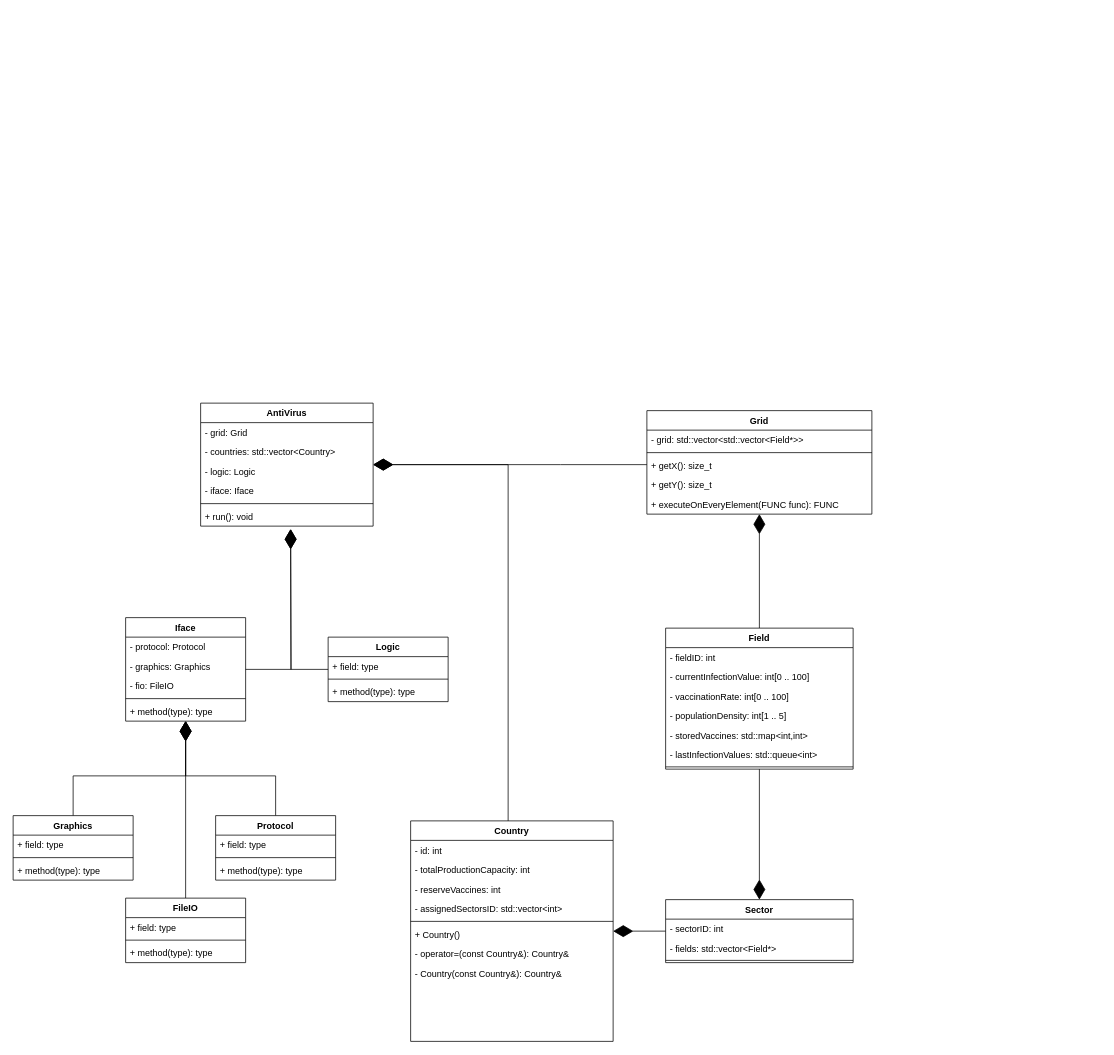
The draw.io diagram doc/virus.drawio in Defragged-Zebra/Ericsson2020, before the edit. Source tidied: cells renumbered, new cells numbered last; positions are measured from the earlier drawing's top-left corner, leaving out a move shared by most shapes. Both pictures are drawn from the tidied source at 75%, with x=0, y=0 at pixel (13, 403).
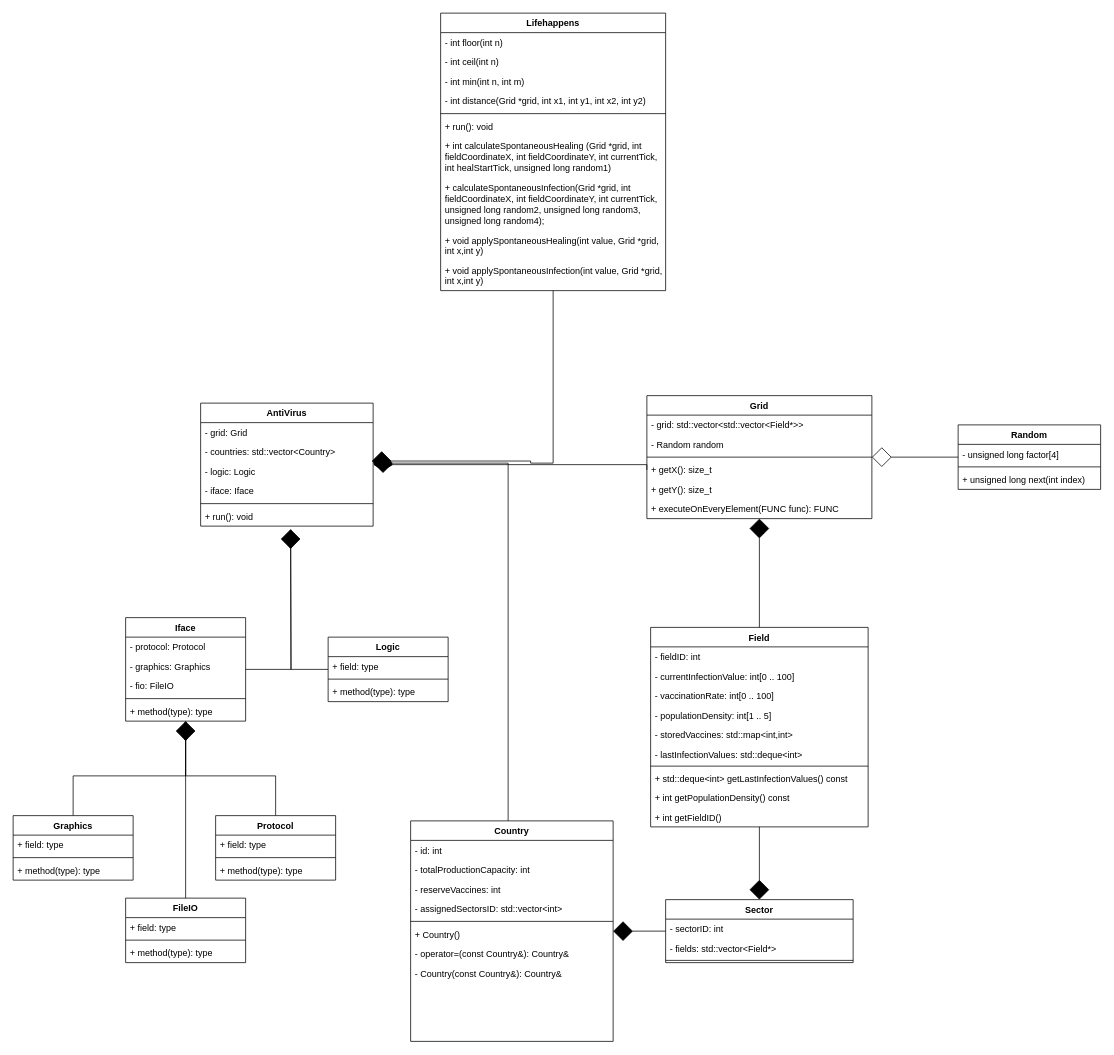
After the change.

Unchanged cells that the change refers to:
```xml
<mxCell id="3" value="Iface" style="swimlane;fontStyle=1;align=center;verticalAlign=top;horizontal=1;startSize=26;" parent="1" vertex="1">
  <mxGeometry x="150" y="286" width="160" height="138" as="geometry" />
</mxCell>
<mxCell id="21" value="FileIO" style="swimlane;fontStyle=1;align=center;verticalAlign=top;horizontal=1;startSize=26;" parent="1" vertex="1">
  <mxGeometry x="150" y="660" width="160" height="86" as="geometry" />
</mxCell>
<mxCell id="30" value="AntiVirus" style="swimlane;fontStyle=1;align=center;verticalAlign=top;horizontal=1;startSize=26;" parent="1" vertex="1">
  <mxGeometry x="250" width="230" height="164" as="geometry" />
</mxCell>
<mxCell id="33" value="- logic: Logic" style="text;align=left;verticalAlign=top;spacingLeft=4;spacingRight=4;overflow=hidden;points=[[0,0.5],[1,0.5]];portConstraint=eastwest;rounded=0;shadow=0;html=0;" parent="30" vertex="1">
  <mxGeometry y="78" width="230" height="26" as="geometry" />
</mxCell>
<mxCell id="37" value="Sector" style="swimlane;fontStyle=1;align=center;verticalAlign=top;horizontal=1;startSize=26;" parent="1" vertex="1">
  <mxGeometry x="870" y="662" width="250" height="84" as="geometry" />
</mxCell>
<mxCell id="55" value="Country" style="swimlane;fontStyle=1;align=center;verticalAlign=top;horizontal=1;startSize=26;rounded=0;shadow=0;strokeWidth=1;" parent="1" vertex="1">
  <mxGeometry x="530" y="557" width="270" height="294" as="geometry" />
</mxCell>
<mxCell id="64" value="Logic" style="swimlane;fontStyle=1;align=center;verticalAlign=top;horizontal=1;startSize=26;" parent="1" vertex="1">
  <mxGeometry x="420" y="312" width="160" height="86" as="geometry" />
</mxCell>
```

What changed in the source:
```diff
@@
-    <mxCell id="9" style="edgeStyle=orthogonalEdgeStyle;rounded=0;jettySize=auto;html=1;endArrow=diamondThin;endFill=1;endSize=24;" parent="1" edge="1" source="64">
+    <mxCell id="9" style="edgeStyle=orthogonalEdgeStyle;rounded=0;jettySize=auto;html=1;endArrow=diamond;endFill=1;endSize=24;" parent="1" edge="1" source="64">
       <mxGeometry relative="1" as="geometry">
         <mxPoint x="370" y="168" as="targetPoint" />
       </mxGeometry>
     </mxCell>
@@
-    <mxCell id="20" style="edgeStyle=orthogonalEdgeStyle;rounded=0;jettySize=auto;html=1;endArrow=diamondThin;endFill=1;endSize=24;" parent="1" edge="1" source="21" target="3">
+    <mxCell id="20" style="edgeStyle=orthogonalEdgeStyle;rounded=0;jettySize=auto;html=1;endArrow=diamond;endFill=1;endSize=24;" parent="1" edge="1" source="21" target="3">
       <mxGeometry relative="1" as="geometry" />
     </mxCell>
+    <mxCell id="68" style="edgeStyle=orthogonalEdgeStyle;rounded=0;jettySize=auto;html=1;endArrow=diamond;endFill=0;endSize=24;" parent="1" edge="1" source="74" target="49">
+      <mxGeometry relative="1" as="geometry" />
+    </mxCell>
@@
-    <mxCell id="25" style="edgeStyle=orthogonalEdgeStyle;rounded=0;jettySize=auto;html=1;endArrow=diamondThin;endFill=1;endSize=24;" parent="1" edge="1" source="41" target="49">
+    <mxCell id="25" style="edgeStyle=orthogonalEdgeStyle;rounded=0;jettySize=auto;html=1;endArrow=diamond;endFill=1;endSize=24;" parent="1" edge="1" source="41" target="49">
       <mxGeometry relative="1" as="geometry" />
     </mxCell>
-    <mxCell id="26" style="edgeStyle=orthogonalEdgeStyle;rounded=0;jettySize=auto;html=1;endArrow=diamondThin;endFill=1;endSize=24;" parent="1" edge="1" source="52" target="30">
+    <mxCell id="26" style="edgeStyle=orthogonalEdgeStyle;rounded=0;jettySize=auto;html=1;endArrow=diamondThin;endFill=1;endSize=24;exitX=0;exitY=0.5;exitDx=0;exitDy=0;" parent="1" edge="1" source="52" target="30">
       <mxGeometry relative="1" as="geometry">
         <Array as="points">
-          <mxPoint x="730" y="82" />
-          <mxPoint x="730" y="82" />
+          <mxPoint x="845" y="82" />
         </Array>
       </mxGeometry>
     </mxCell>
-    <mxCell id="27" style="edgeStyle=orthogonalEdgeStyle;rounded=0;jettySize=auto;html=1;endArrow=diamondThin;endFill=1;endSize=24;" parent="1" edge="1" source="55" target="30">
+    <mxCell id="27" style="edgeStyle=orthogonalEdgeStyle;rounded=0;jettySize=auto;html=1;endArrow=diamond;endFill=1;endSize=24;" parent="1" edge="1" source="55" target="30">
       <mxGeometry relative="1" as="geometry">
         <Array as="points">
-          <mxPoint x="660" y="82" />
+          <mxPoint x="660" y="80" />
         </Array>
       </mxGeometry>
     </mxCell>
-    <mxCell id="28" style="edgeStyle=orthogonalEdgeStyle;rounded=0;jettySize=auto;html=1;endArrow=diamondThin;endFill=1;endSize=24;" parent="1" edge="1" source="37" target="55">
+    <mxCell id="28" style="edgeStyle=orthogonalEdgeStyle;rounded=0;jettySize=auto;html=1;endArrow=diamond;endFill=1;endSize=24;" parent="1" edge="1" source="37" target="55">
       <mxGeometry relative="1" as="geometry" />
     </mxCell>
-    <mxCell id="29" style="edgeStyle=orthogonalEdgeStyle;rounded=0;jettySize=auto;html=1;endArrow=diamondThin;endFill=1;endSize=24;" parent="1" edge="1" source="41" target="37">
+    <mxCell id="29" style="edgeStyle=orthogonalEdgeStyle;rounded=0;jettySize=auto;html=1;endArrow=diamond;endFill=1;endSize=24;" parent="1" edge="1" source="41" target="37">
       <mxGeometry relative="1" as="geometry" />
     </mxCell>
@@
-    <mxCell id="41" value="Field" style="swimlane;fontStyle=1;align=center;verticalAlign=top;horizontal=1;startSize=26;" parent="1" vertex="1">
-      <mxGeometry x="870" y="300" width="250" height="188" as="geometry" />
-    </mxCell>
-    <mxCell id="42" value="- fieldID: int" style="text;strokeColor=none;fillColor=none;align=left;verticalAlign=top;spacingLeft=4;spacingRight=4;overflow=hidden;" parent="41" vertex="1">
-      <mxGeometry y="26" width="250" height="26" as="geometry" />
-    </mxCell>
-    <mxCell id="43" value="- currentInfectionValue: int[0 .. 100]" style="text;align=left;verticalAlign=top;spacingLeft=4;spacingRight=4;overflow=hidden;rounded=0;shadow=0;html=0;" parent="41" vertex="1">
-      <mxGeometry y="52" width="250" height="26" as="geometry" />
-    </mxCell>
-    <mxCell id="44" value="- vaccinationRate: int[0 .. 100]" style="text;align=left;verticalAlign=top;spacingLeft=4;spacingRight=4;overflow=hidden;rounded=0;shadow=0;html=0;" parent="41" vertex="1">
-      <mxGeometry y="78" width="250" height="26" as="geometry" />
-    </mxCell>
-    <mxCell id="45" value="- populationDensity: int[1 .. 5]" style="text;align=left;verticalAlign=top;spacingLeft=4;spacingRight=4;overflow=hidden;rounded=0;shadow=0;html=0;" parent="41" vertex="1">
-      <mxGeometry y="104" width="250" height="26" as="geometry" />
-    </mxCell>
-    <mxCell id="46" value="- storedVaccines: std::map&lt;int,int&gt;" style="text;align=left;verticalAlign=top;spacingLeft=4;spacingRight=4;overflow=hidden;rounded=0;shadow=0;html=0;" parent="41" vertex="1">
-      <mxGeometry y="130" width="250" height="26" as="geometry" />
-    </mxCell>
-    <mxCell id="47" value="- lastInfectionValues: std::queue&lt;int&gt;" style="text;align=left;verticalAlign=top;spacingLeft=4;spacingRight=4;overflow=hidden;rounded=0;shadow=0;html=0;" parent="41" vertex="1">
-      <mxGeometry y="156" width="250" height="26" as="geometry" />
-    </mxCell>
-    <mxCell id="48" value="&#10;" style="line;strokeWidth=1;fillColor=none;align=left;verticalAlign=middle;spacingTop=-1;spacingLeft=3;spacingRight=3;labelPosition=right;" parent="41" vertex="1">
-      <mxGeometry y="182" width="250" height="6" as="geometry" />
-    </mxCell>
-    <mxCell id="49" value="Grid" style="swimlane;fontStyle=1;align=center;verticalAlign=top;horizontal=1;startSize=26;" parent="1" vertex="1">
-      <mxGeometry x="845" y="10" width="300" height="138" as="geometry" />
-    </mxCell>
-    <mxCell id="50" value="- grid: std::vector&lt;std::vector&lt;Field*&gt;&gt;" style="text;align=left;verticalAlign=top;spacingLeft=4;spacingRight=4;overflow=hidden;rounded=0;shadow=0;html=0;" parent="49" vertex="1">
-      <mxGeometry y="26" width="300" height="26" as="geometry" />
-    </mxCell>
-    <mxCell id="51" style="line;strokeWidth=1;fillColor=none;align=left;verticalAlign=middle;spacingTop=-1;spacingLeft=3;spacingRight=3;labelPosition=right;" parent="49" vertex="1">
-      <mxGeometry y="52" width="300" height="8" as="geometry" />
-    </mxCell>
-    <mxCell id="52" value="+ getX(): size_t" style="text;strokeColor=none;fillColor=none;align=left;verticalAlign=top;spacingLeft=4;spacingRight=4;overflow=hidden;points=[[0,0.5],[1,0.5]];portConstraint=eastwest;" parent="49" vertex="1">
-      <mxGeometry y="60" width="300" height="26" as="geometry" />
-    </mxCell>
-    <mxCell id="53" value="+ getY(): size_t" style="text;align=left;verticalAlign=top;spacingLeft=4;spacingRight=4;overflow=hidden;rounded=0;shadow=0;html=0;" parent="49" vertex="1">
-      <mxGeometry y="86" width="300" height="26" as="geometry" />
-    </mxCell>
-    <mxCell id="54" value="+ executeOnEveryElement(FUNC func): FUNC" style="text;align=left;verticalAlign=top;spacingLeft=4;spacingRight=4;overflow=hidden;rounded=0;shadow=0;html=0;" parent="49" vertex="1">
-      <mxGeometry y="112" width="300" height="26" as="geometry" />
-    </mxCell>
@@
+    <mxCell id="69" style="edgeStyle=orthogonalEdgeStyle;rounded=0;jettySize=auto;html=1;entryX=0.992;entryY=-0.031;entryDx=0;entryDy=0;endArrow=diamond;endFill=1;endSize=24;entryPerimeter=0;" parent="1" edge="1" source="78" target="33">
+      <mxGeometry relative="1" as="geometry">
+        <Array as="points">
+          <mxPoint x="720" y="80" />
+          <mxPoint x="690" y="80" />
+          <mxPoint x="690" y="77" />
+        </Array>
+      </mxGeometry>
+    </mxCell>
+    <mxCell id="41" value="Field" style="swimlane;fontStyle=1;align=center;verticalAlign=top;horizontal=1;startSize=26;" parent="1" vertex="1">
+      <mxGeometry x="850" y="299" width="290" height="266" as="geometry" />
+    </mxCell>
+    <mxCell id="42" value="- fieldID: int" style="text;strokeColor=none;fillColor=none;align=left;verticalAlign=top;spacingLeft=4;spacingRight=4;overflow=hidden;" parent="41" vertex="1">
+      <mxGeometry y="26" width="290" height="26" as="geometry" />
+    </mxCell>
+    <mxCell id="43" value="- currentInfectionValue: int[0 .. 100]" style="text;align=left;verticalAlign=top;spacingLeft=4;spacingRight=4;overflow=hidden;rounded=0;shadow=0;html=0;" parent="41" vertex="1">
+      <mxGeometry y="52" width="290" height="26" as="geometry" />
+    </mxCell>
+    <mxCell id="44" value="- vaccinationRate: int[0 .. 100]" style="text;align=left;verticalAlign=top;spacingLeft=4;spacingRight=4;overflow=hidden;rounded=0;shadow=0;html=0;" parent="41" vertex="1">
+      <mxGeometry y="78" width="290" height="26" as="geometry" />
+    </mxCell>
+    <mxCell id="45" value="- populationDensity: int[1 .. 5]" style="text;align=left;verticalAlign=top;spacingLeft=4;spacingRight=4;overflow=hidden;rounded=0;shadow=0;html=0;" parent="41" vertex="1">
+      <mxGeometry y="104" width="290" height="26" as="geometry" />
+    </mxCell>
+    <mxCell id="46" value="- storedVaccines: std::map&lt;int,int&gt;" style="text;align=left;verticalAlign=top;spacingLeft=4;spacingRight=4;overflow=hidden;rounded=0;shadow=0;html=0;" parent="41" vertex="1">
+      <mxGeometry y="130" width="290" height="26" as="geometry" />
+    </mxCell>
+    <mxCell id="47" value="- lastInfectionValues: std::deque&lt;int&gt;" style="text;align=left;verticalAlign=top;spacingLeft=4;spacingRight=4;overflow=hidden;rounded=0;shadow=0;html=0;" parent="41" vertex="1">
+      <mxGeometry y="156" width="290" height="26" as="geometry" />
+    </mxCell>
+    <mxCell id="48" value="&#10;" style="line;strokeWidth=1;fillColor=none;align=left;verticalAlign=middle;spacingTop=-1;spacingLeft=3;spacingRight=3;labelPosition=right;" parent="41" vertex="1">
+      <mxGeometry y="182" width="290" height="6" as="geometry" />
+    </mxCell>
+    <mxCell id="70" value="+ std::deque&lt;int&gt; getLastInfectionValues() const" style="text;align=left;verticalAlign=top;spacingLeft=4;spacingRight=4;overflow=hidden;rounded=0;shadow=0;html=0;" parent="41" vertex="1">
+      <mxGeometry y="188" width="290" height="26" as="geometry" />
+    </mxCell>
+    <mxCell id="71" value="+ int getPopulationDensity() const" style="text;align=left;verticalAlign=top;spacingLeft=4;spacingRight=4;overflow=hidden;rounded=0;shadow=0;html=0;" parent="41" vertex="1">
+      <mxGeometry y="214" width="290" height="26" as="geometry" />
+    </mxCell>
+    <mxCell id="72" value="+ int getFieldID()" style="text;align=left;verticalAlign=top;spacingLeft=4;spacingRight=4;overflow=hidden;rounded=0;shadow=0;html=0;" parent="41" vertex="1">
+      <mxGeometry y="240" width="290" height="26" as="geometry" />
+    </mxCell>
+    <mxCell id="49" value="Grid" style="swimlane;fontStyle=1;align=center;verticalAlign=top;horizontal=1;startSize=26;" parent="1" vertex="1">
+      <mxGeometry x="845" y="-10" width="300" height="164" as="geometry" />
+    </mxCell>
+    <mxCell id="50" value="- grid: std::vector&lt;std::vector&lt;Field*&gt;&gt;" style="text;align=left;verticalAlign=top;spacingLeft=4;spacingRight=4;overflow=hidden;rounded=0;shadow=0;html=0;" parent="49" vertex="1">
+      <mxGeometry y="26" width="300" height="26" as="geometry" />
+    </mxCell>
+    <mxCell id="73" value="- Random random" style="text;align=left;verticalAlign=top;spacingLeft=4;spacingRight=4;overflow=hidden;rounded=0;shadow=0;html=0;" parent="49" vertex="1">
+      <mxGeometry y="52" width="300" height="26" as="geometry" />
+    </mxCell>
+    <mxCell id="51" style="line;strokeWidth=1;fillColor=none;align=left;verticalAlign=middle;spacingTop=-1;spacingLeft=3;spacingRight=3;labelPosition=right;" parent="49" vertex="1">
+      <mxGeometry y="78" width="300" height="8" as="geometry" />
+    </mxCell>
+    <mxCell id="52" value="+ getX(): size_t" style="text;strokeColor=none;fillColor=none;align=left;verticalAlign=top;spacingLeft=4;spacingRight=4;overflow=hidden;points=[[0,0.5],[1,0.5]];portConstraint=eastwest;" parent="49" vertex="1">
+      <mxGeometry y="86" width="300" height="26" as="geometry" />
+    </mxCell>
+    <mxCell id="53" value="+ getY(): size_t" style="text;align=left;verticalAlign=top;spacingLeft=4;spacingRight=4;overflow=hidden;rounded=0;shadow=0;html=0;" parent="49" vertex="1">
+      <mxGeometry y="112" width="300" height="26" as="geometry" />
+    </mxCell>
+    <mxCell id="54" value="+ executeOnEveryElement(FUNC func): FUNC" style="text;align=left;verticalAlign=top;spacingLeft=4;spacingRight=4;overflow=hidden;rounded=0;shadow=0;html=0;" parent="49" vertex="1">
+      <mxGeometry y="138" width="300" height="26" as="geometry" />
+    </mxCell>
+    <mxCell id="74" value="Random" style="swimlane;fontStyle=1;align=center;verticalAlign=top;horizontal=1;startSize=26;" parent="1" vertex="1">
+      <mxGeometry x="1260" y="29" width="190" height="86" as="geometry" />
+    </mxCell>
+    <mxCell id="75" value="- unsigned long factor[4]" style="text;align=left;verticalAlign=top;spacingLeft=4;spacingRight=4;overflow=hidden;rounded=0;shadow=0;html=0;" parent="74" vertex="1">
+      <mxGeometry y="26" width="190" height="26" as="geometry" />
+    </mxCell>
+    <mxCell id="76" style="line;strokeWidth=1;fillColor=none;align=left;verticalAlign=middle;spacingTop=-1;spacingLeft=3;spacingRight=3;labelPosition=right;" parent="74" vertex="1">
+      <mxGeometry y="52" width="190" height="8" as="geometry" />
+    </mxCell>
+    <mxCell id="77" value="+ unsigned long next(int index)" style="text;align=left;verticalAlign=top;spacingLeft=4;spacingRight=4;overflow=hidden;rounded=0;shadow=0;html=0;" parent="74" vertex="1">
+      <mxGeometry y="60" width="190" height="26" as="geometry" />
+    </mxCell>
+    <mxCell id="78" value="Lifehappens" style="swimlane;fontStyle=1;align=center;verticalAlign=top;horizontal=1;startSize=26;" parent="1" vertex="1">
+      <mxGeometry x="570" y="-520" width="300" height="370" as="geometry" />
+    </mxCell>
+    <mxCell id="79" value="- int floor(int n)" style="text;strokeColor=none;fillColor=none;align=left;verticalAlign=top;spacingLeft=4;spacingRight=4;overflow=hidden;" parent="78" vertex="1">
+      <mxGeometry y="26" width="300" height="26" as="geometry" />
+    </mxCell>
+    <mxCell id="80" value="- int ceil(int n)" style="text;align=left;verticalAlign=top;spacingLeft=4;spacingRight=4;overflow=hidden;rounded=0;shadow=0;html=0;" parent="78" vertex="1">
+      <mxGeometry y="52" width="300" height="26" as="geometry" />
+    </mxCell>
+    <mxCell id="81" value="- int min(int n, int m)" style="text;align=left;verticalAlign=top;spacingLeft=4;spacingRight=4;overflow=hidden;rounded=0;shadow=0;html=0;" parent="78" vertex="1">
+      <mxGeometry y="78" width="300" height="26" as="geometry" />
+    </mxCell>
+    <mxCell id="82" value="- int distance(Grid *grid, int x1, int y1, int x2, int y2)" style="text;align=left;verticalAlign=top;spacingLeft=4;spacingRight=4;overflow=hidden;rounded=0;shadow=0;html=0;" parent="78" vertex="1">
+      <mxGeometry y="104" width="300" height="26" as="geometry" />
+    </mxCell>
+    <mxCell id="83" style="line;strokeWidth=1;fillColor=none;align=left;verticalAlign=middle;spacingTop=-1;spacingLeft=3;spacingRight=3;labelPosition=right;" parent="78" vertex="1">
+      <mxGeometry y="130" width="300" height="8" as="geometry" />
+    </mxCell>
+    <mxCell id="84" value="+ run(): void" style="text;align=left;verticalAlign=top;spacingLeft=4;spacingRight=4;overflow=hidden;rounded=0;shadow=0;html=0;" parent="78" vertex="1">
+      <mxGeometry y="138" width="300" height="26" as="geometry" />
+    </mxCell>
+    <mxCell id="85" value="+ int calculateSpontaneousHealing (Grid *grid, int fieldCoordinateX, int fieldCoordinateY, int currentTick, int healStartTick, unsigned long random1)" style="text;align=left;verticalAlign=top;spacingLeft=4;spacingRight=4;overflow=hidden;rounded=0;shadow=0;html=0;whiteSpace=wrap;" parent="78" vertex="1">
+      <mxGeometry y="164" width="300" height="56" as="geometry" />
+    </mxCell>
+    <mxCell id="86" value="+ calculateSpontaneousInfection(Grid *grid, int fieldCoordinateX, int fieldCoordinateY, int currentTick, unsigned long random2, unsigned long random3, unsigned long random4);" style="text;align=left;verticalAlign=top;spacingLeft=4;spacingRight=4;overflow=hidden;rounded=0;shadow=0;html=0;whiteSpace=wrap;" parent="78" vertex="1">
+      <mxGeometry y="220" width="300" height="70" as="geometry" />
+    </mxCell>
+    <mxCell id="87" value="+ void applySpontaneousHealing(int value, Grid *grid, int x,int y)" style="text;align=left;verticalAlign=top;spacingLeft=4;spacingRight=4;overflow=hidden;rounded=0;shadow=0;html=0;whiteSpace=wrap;" parent="78" vertex="1">
+      <mxGeometry y="290" width="300" height="40" as="geometry" />
+    </mxCell>
+    <mxCell id="88" value="+ void applySpontaneousInfection(int value, Grid *grid, int x,int y)" style="text;align=left;verticalAlign=top;spacingLeft=4;spacingRight=4;overflow=hidden;rounded=0;shadow=0;html=0;whiteSpace=wrap;" parent="78" vertex="1">
+      <mxGeometry y="330" width="300" height="40" as="geometry" />
+    </mxCell>
```
